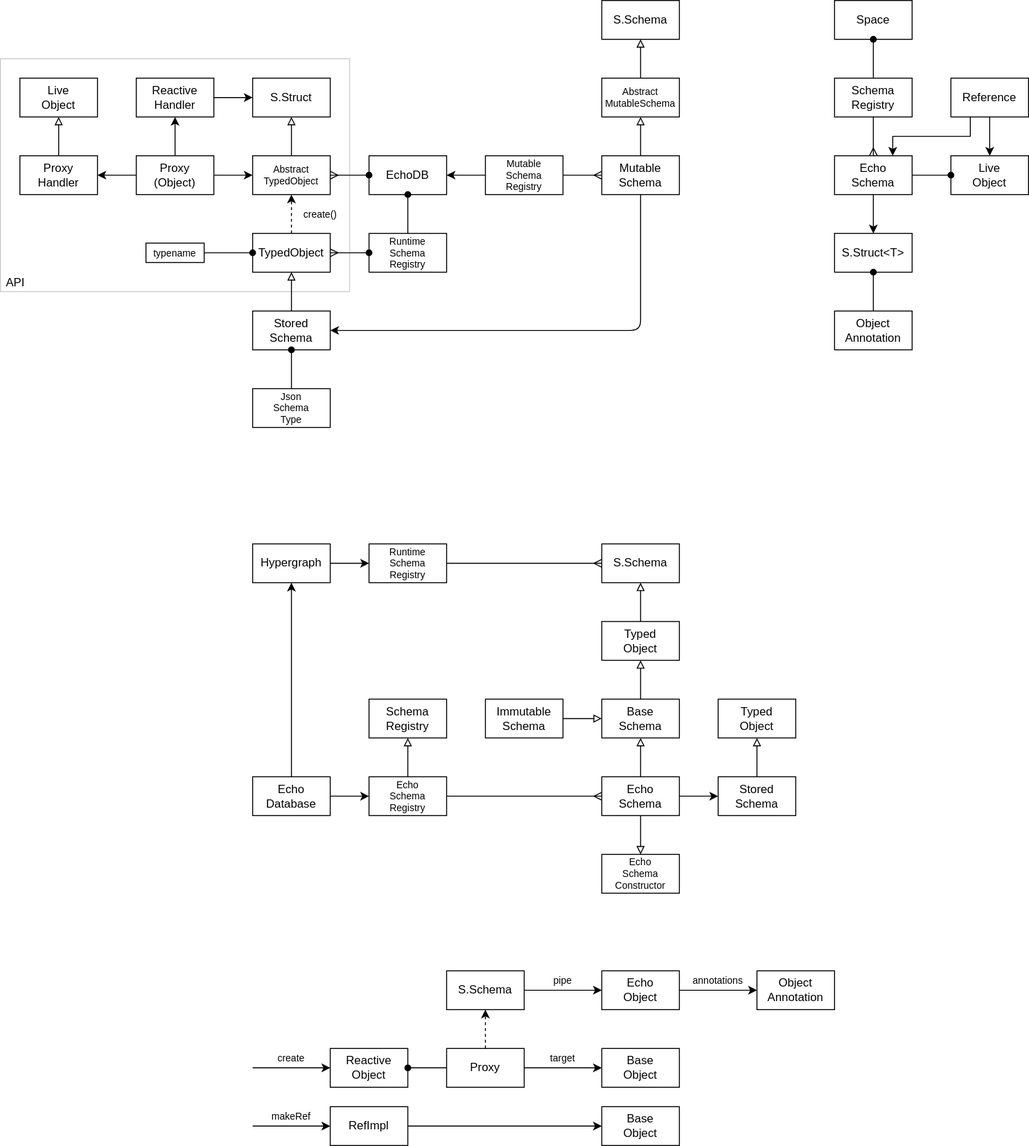
This is packages/core/echo/echo-schema/docs/schema.drawio.svg from dxos/dxos, a draw.io export, as it was before one commit. Source tidied: cells renumbered, new cells last; positions are measured from the earlier drawing's top-left corner, leaving out a move shared by most shapes.
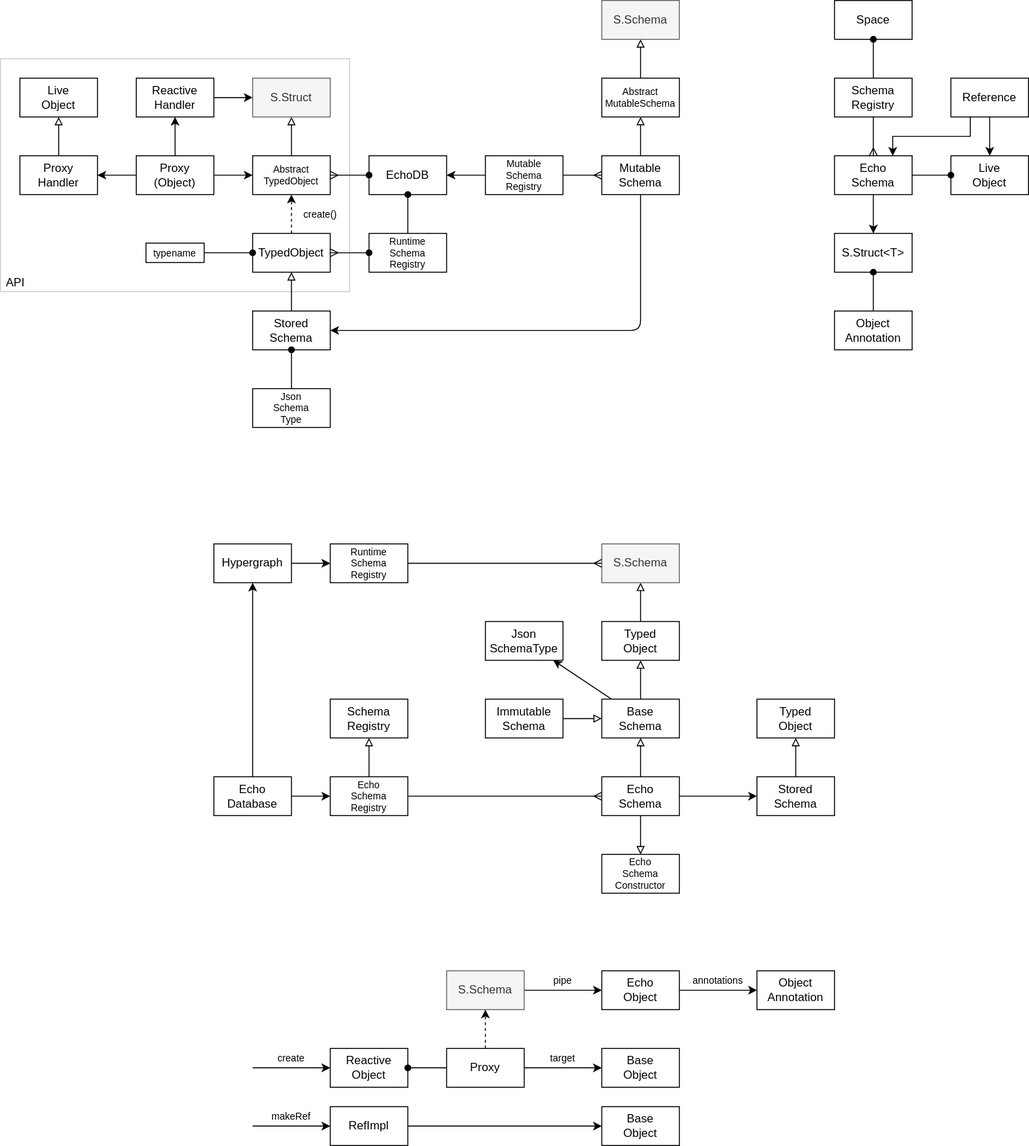
Above is the later version.

Change to the diagram source:
```diff
@@ -5,7 +5,7 @@
     <mxCell id="2" value="API" style="rounded=0;whiteSpace=wrap;html=1;align=left;verticalAlign=bottom;spacingLeft=4;opacity=20;" parent="1" vertex="1">
       <mxGeometry y="60" width="360" height="240" as="geometry" />
     </mxCell>
-    <mxCell id="3" value="S.Struct" style="rounded=0;whiteSpace=wrap;html=1;" parent="1" vertex="1">
+    <mxCell id="3" value="S.Struct" style="rounded=0;whiteSpace=wrap;html=1;fillColor=#f5f5f5;fontColor=#333333;strokeColor=#666666;" parent="1" vertex="1">
       <mxGeometry x="260" y="80" width="80" height="40" as="geometry" />
     </mxCell>
     <mxCell id="4" style="edgeStyle=none;html=1;endArrow=block;endFill=0;" parent="1" edge="1" source="5" target="3">
@@ -20,7 +20,7 @@
     <mxCell id="7" value="Mutable&lt;br&gt;Schema" style="rounded=0;whiteSpace=wrap;html=1;" parent="1" vertex="1">
       <mxGeometry x="620" y="160" width="80" height="40" as="geometry" />
     </mxCell>
-    <mxCell id="8" value="S.Schema" style="rounded=0;whiteSpace=wrap;html=1;" parent="1" vertex="1">
+    <mxCell id="8" value="S.Schema" style="rounded=0;whiteSpace=wrap;html=1;fillColor=#f5f5f5;fontColor=#333333;strokeColor=#666666;" parent="1" vertex="1">
       <mxGeometry x="620" width="80" height="40" as="geometry" />
     </mxCell>
     <mxCell id="9" value="Json&lt;br style=&quot;font-size: 10px;&quot;&gt;Schema&lt;br style=&quot;font-size: 10px;&quot;&gt;Type" style="rounded=0;whiteSpace=wrap;html=1;fontSize=10;" parent="1" vertex="1">
@@ -170,6 +170,9 @@
     <mxCell id="54" style="edgeStyle=none;html=1;exitX=1;exitY=0.5;exitDx=0;exitDy=0;" parent="1" edge="1" source="55" target="76">
       <mxGeometry relative="1" as="geometry" />
     </mxCell>
+    <mxCell id="99" style="edgeStyle=none;html=1;" parent="1" edge="1" source="57" target="100">
+      <mxGeometry relative="1" as="geometry" />
+    </mxCell>
     <mxCell id="55" value="Echo&lt;br&gt;Schema" style="rounded=0;whiteSpace=wrap;html=1;" parent="1" vertex="1">
       <mxGeometry x="620" y="800" width="80" height="40" as="geometry" />
     </mxCell>
@@ -189,7 +192,7 @@
     <mxCell id="59" value="Typed&lt;br&gt;Object" style="rounded=0;whiteSpace=wrap;html=1;" parent="1" vertex="1">
       <mxGeometry x="620" y="640" width="80" height="40" as="geometry" />
     </mxCell>
-    <mxCell id="60" value="S.Schema" style="rounded=0;whiteSpace=wrap;html=1;" parent="1" vertex="1">
+    <mxCell id="60" value="S.Schema" style="rounded=0;whiteSpace=wrap;html=1;fillColor=#f5f5f5;strokeColor=#666666;fontColor=#333333;" parent="1" vertex="1">
       <mxGeometry x="620" y="560" width="80" height="40" as="geometry" />
     </mxCell>
     <mxCell id="61" value="Immutable&lt;br&gt;Schema" style="rounded=0;whiteSpace=wrap;html=1;" parent="1" vertex="1">
@@ -205,7 +208,7 @@
       <mxGeometry relative="1" as="geometry" />
     </mxCell>
     <mxCell id="65" value="Runtime&lt;br&gt;Schema&lt;br&gt;Registry" style="rounded=0;whiteSpace=wrap;html=1;fontSize=10;" parent="1" vertex="1">
-      <mxGeometry x="380" y="560" width="80" height="40" as="geometry" />
+      <mxGeometry x="340" y="560" width="80" height="40" as="geometry" />
     </mxCell>
     <mxCell id="66" style="edgeStyle=none;html=1;exitX=0.5;exitY=0;exitDx=0;exitDy=0;endArrow=block;endFill=0;" parent="1" edge="1" source="68" target="69">
       <mxGeometry relative="1" as="geometry" />
@@ -214,10 +217,10 @@
       <mxGeometry relative="1" as="geometry" />
     </mxCell>
     <mxCell id="68" value="Echo&lt;br&gt;Schema&lt;br&gt;Registry" style="rounded=0;whiteSpace=wrap;html=1;fontSize=10;" parent="1" vertex="1">
-      <mxGeometry x="380" y="800" width="80" height="40" as="geometry" />
+      <mxGeometry x="340" y="800" width="80" height="40" as="geometry" />
     </mxCell>
     <mxCell id="69" value="Schema&lt;br&gt;Registry" style="rounded=0;whiteSpace=wrap;html=1;fontSize=12;" parent="1" vertex="1">
-      <mxGeometry x="380" y="720" width="80" height="40" as="geometry" />
+      <mxGeometry x="340" y="720" width="80" height="40" as="geometry" />
     </mxCell>
     <mxCell id="70" style="edgeStyle=none;html=1;exitX=1;exitY=0.5;exitDx=0;exitDy=0;" parent="1" edge="1" source="72" target="68">
       <mxGeometry relative="1" as="geometry" />
@@ -226,22 +229,22 @@
       <mxGeometry relative="1" as="geometry" />
     </mxCell>
     <mxCell id="72" value="Echo&lt;div&gt;Database&lt;/div&gt;" style="rounded=0;whiteSpace=wrap;html=1;fontSize=12;" parent="1" vertex="1">
-      <mxGeometry x="260" y="800" width="80" height="40" as="geometry" />
+      <mxGeometry x="220" y="800" width="80" height="40" as="geometry" />
     </mxCell>
     <mxCell id="73" style="edgeStyle=none;html=1;exitX=1;exitY=0.5;exitDx=0;exitDy=0;" parent="1" edge="1" source="74" target="65">
       <mxGeometry relative="1" as="geometry" />
     </mxCell>
     <mxCell id="74" value="Hypergraph" style="rounded=0;whiteSpace=wrap;html=1;fontSize=12;" parent="1" vertex="1">
-      <mxGeometry x="260" y="560" width="80" height="40" as="geometry" />
+      <mxGeometry x="220" y="560" width="80" height="40" as="geometry" />
     </mxCell>
     <mxCell id="75" style="edgeStyle=none;html=1;endArrow=block;endFill=0;" parent="1" edge="1" source="76" target="77">
       <mxGeometry relative="1" as="geometry" />
     </mxCell>
     <mxCell id="76" value="Stored&lt;br&gt;Schema" style="rounded=0;whiteSpace=wrap;html=1;" parent="1" vertex="1">
-      <mxGeometry x="740" y="800" width="80" height="40" as="geometry" />
+      <mxGeometry x="780" y="800" width="80" height="40" as="geometry" />
     </mxCell>
     <mxCell id="77" value="Typed&lt;br&gt;Object" style="rounded=0;whiteSpace=wrap;html=1;" parent="1" vertex="1">
-      <mxGeometry x="740" y="720" width="80" height="40" as="geometry" />
+      <mxGeometry x="780" y="720" width="80" height="40" as="geometry" />
     </mxCell>
     <mxCell id="78" style="edgeStyle=none;html=1;" parent="1" edge="1" source="91" target="89">
       <mxGeometry relative="1" as="geometry" />
@@ -291,7 +294,7 @@
     <mxCell id="93" style="edgeStyle=none;html=1;exitX=1;exitY=0.5;exitDx=0;exitDy=0;" parent="1" edge="1" source="94" target="81">
       <mxGeometry relative="1" as="geometry" />
     </mxCell>
-    <mxCell id="94" value="S.Schema" style="rounded=0;whiteSpace=wrap;html=1;" parent="1" vertex="1">
+    <mxCell id="94" value="S.Schema" style="rounded=0;whiteSpace=wrap;html=1;fillColor=#f5f5f5;strokeColor=#666666;fontColor=#333333;" parent="1" vertex="1">
       <mxGeometry x="460" y="1000" width="80" height="40" as="geometry" />
     </mxCell>
     <mxCell id="95" value="pipe" style="rounded=0;whiteSpace=wrap;html=1;fontSize=10;strokeColor=none;fillColor=none;" parent="1" vertex="1">
@@ -306,5 +309,8 @@
     <mxCell id="98" style="edgeStyle=none;html=1;exitX=1;exitY=0.5;exitDx=0;exitDy=0;endArrow=none;endFill=0;startArrow=oval;startFill=1;" parent="1" edge="1" source="79" target="91">
       <mxGeometry relative="1" as="geometry" />
     </mxCell>
+    <mxCell id="100" value="Json&lt;br&gt;SchemaType" style="rounded=0;whiteSpace=wrap;html=1;" parent="1" vertex="1">
+      <mxGeometry x="500" y="640" width="80" height="40" as="geometry" />
+    </mxCell>
   </root>
 </mxGraphModel>
```
